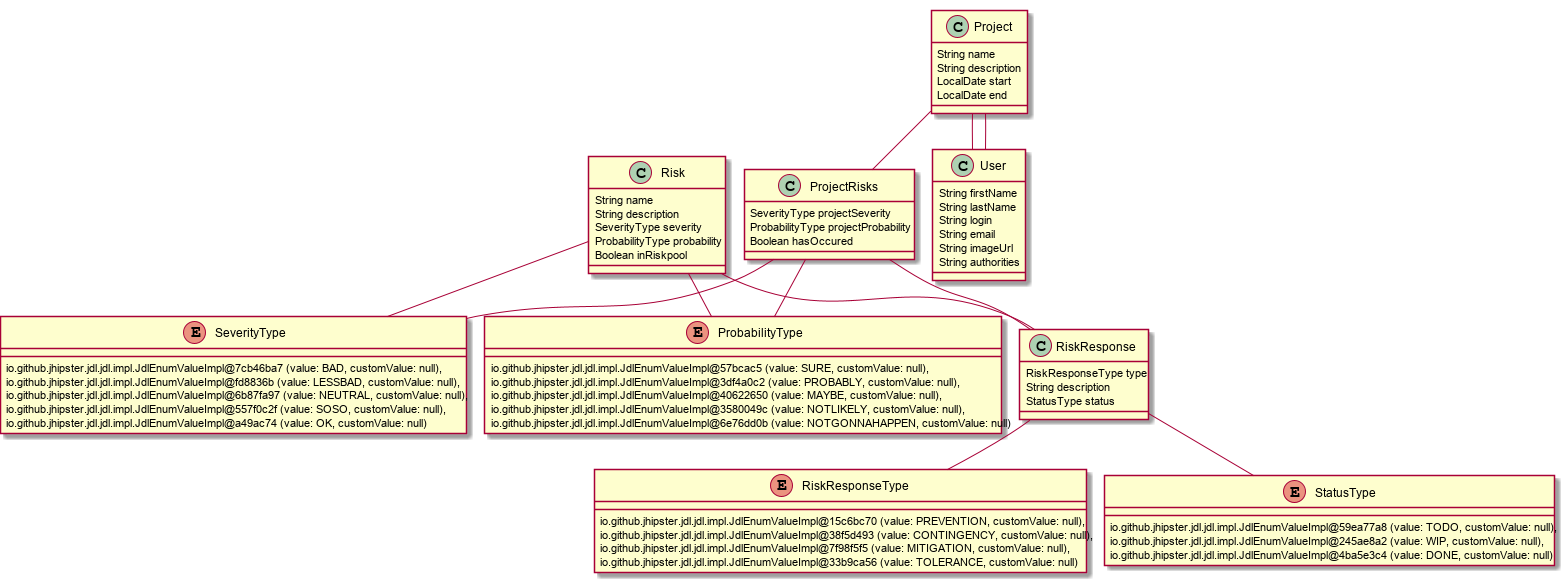
Above: norisknofun.png in Risk-Busters/NoRiskNoFun (PlantUML), before the change.
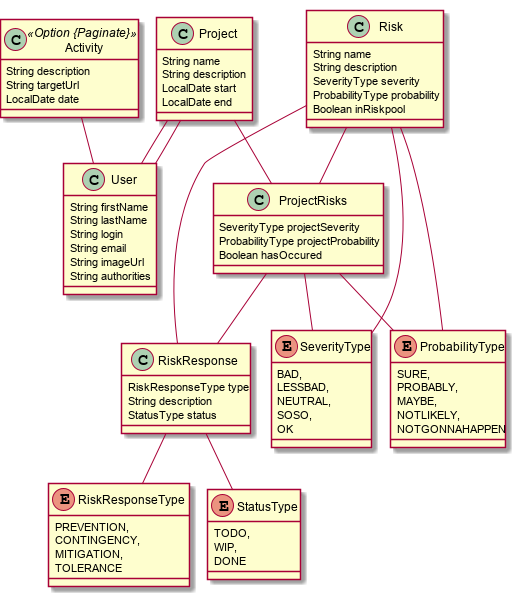
Above is the later version.

Diff of the diagram source:
```diff
@@ -1,6 +1,11 @@
 @startuml
 	!pragma graphviz_dot jdot
 	!pragma syntax class
+	class Activity <<Option {Paginate}>> {
+		String description
+		String targetUrl
+		LocalDate date
+	}
 	class Risk  {
 		String name
 		String description
@@ -31,35 +36,37 @@
 	ProjectRisks ..> SeverityType
 	ProjectRisks ..> ProbabilityType
 	enum StatusType {
-		io.github.jhipster.jdl.jdl.impl.JdlEnumValueImpl@59ea77a8 (value: TODO, customValue: null),
-		io.github.jhipster.jdl.jdl.impl.JdlEnumValueImpl@245ae8a2 (value: WIP, customValue: null),
-		io.github.jhipster.jdl.jdl.impl.JdlEnumValueImpl@4ba5e3c4 (value: DONE, customValue: null)
+		TODO,
+		WIP,
+		DONE
 	}
 	enum SeverityType {
-		io.github.jhipster.jdl.jdl.impl.JdlEnumValueImpl@7cb46ba7 (value: BAD, customValue: null),
-		io.github.jhipster.jdl.jdl.impl.JdlEnumValueImpl@fd8836b (value: LESSBAD, customValue: null),
-		io.github.jhipster.jdl.jdl.impl.JdlEnumValueImpl@6b87fa97 (value: NEUTRAL, customValue: null),
-		io.github.jhipster.jdl.jdl.impl.JdlEnumValueImpl@557f0c2f (value: SOSO, customValue: null),
-		io.github.jhipster.jdl.jdl.impl.JdlEnumValueImpl@a49ac74 (value: OK, customValue: null)
+		BAD,
+		LESSBAD,
+		NEUTRAL,
+		SOSO,
+		OK
 	}
 	enum RiskResponseType {
-		io.github.jhipster.jdl.jdl.impl.JdlEnumValueImpl@15c6bc70 (value: PREVENTION, customValue: null),
-		io.github.jhipster.jdl.jdl.impl.JdlEnumValueImpl@38f5d493 (value: CONTINGENCY, customValue: null),
-		io.github.jhipster.jdl.jdl.impl.JdlEnumValueImpl@7f98f5f5 (value: MITIGATION, customValue: null),
-		io.github.jhipster.jdl.jdl.impl.JdlEnumValueImpl@33b9ca56 (value: TOLERANCE, customValue: null)
+		PREVENTION,
+		CONTINGENCY,
+		MITIGATION,
+		TOLERANCE
 	}
 	enum ProbabilityType {
-		io.github.jhipster.jdl.jdl.impl.JdlEnumValueImpl@57bcac5 (value: SURE, customValue: null),
-		io.github.jhipster.jdl.jdl.impl.JdlEnumValueImpl@3df4a0c2 (value: PROBABLY, customValue: null),
-		io.github.jhipster.jdl.jdl.impl.JdlEnumValueImpl@40622650 (value: MAYBE, customValue: null),
-		io.github.jhipster.jdl.jdl.impl.JdlEnumValueImpl@3580049c (value: NOTLIKELY, customValue: null),
-		io.github.jhipster.jdl.jdl.impl.JdlEnumValueImpl@6e76dd0b (value: NOTGONNAHAPPEN, customValue: null)
+		SURE,
+		PROBABLY,
+		MAYBE,
+		NOTLIKELY,
+		NOTGONNAHAPPEN
 	}
 	Project  "owner 0..1 " -- "0..1 "  User
-	Project  "0..* " o-- "0..1 "  User
-	Risk  "0..1 " --o "0..* "  RiskResponse
-	ProjectRisks  "0..1 " --o "0..* "  RiskResponse
+	Project  "0..* " o--o "0..* "  User
+	Risk  "0..* " o--o "0..* "  RiskResponse
+	ProjectRisks  "0..* " o--o "0..* "  RiskResponse
+	Activity  "0..* " o--o "0..* "  User
 	Project  "0..1 " --o "0..* "  ProjectRisks
+	Risk  "0..1 " --o "0..* "  ProjectRisks
 	class User  {
 		String firstName
 		String lastName
```
